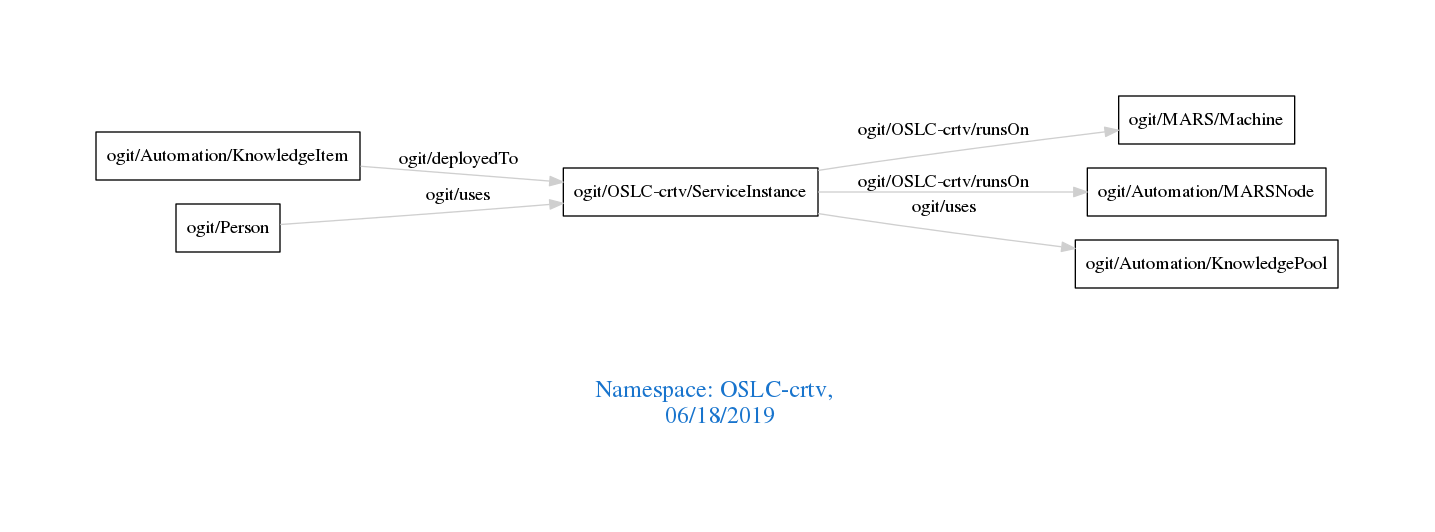
The Graphviz diagram downloads/OSLC-crtv.png in arago/OGIT, before a commit. Its source is kept beside it as downloads/OSLC-crtv.dot.
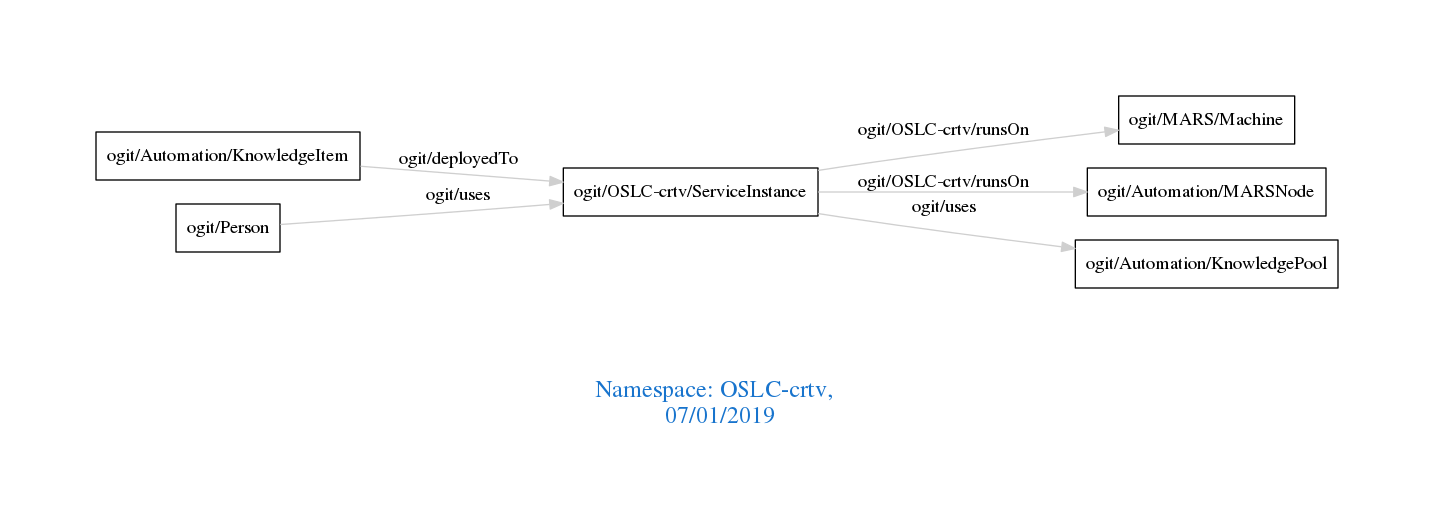
Later version of the same file.

Change to the diagram source:
```diff
@@ -1,7 +1,7 @@
 digraph OGIT_ontology {
  graph [ rankdir= LR,pad=1
 fontsize = 18,
-fontcolor= dodgerblue3,label = "\n\n\nNamespace: OSLC-crtv, \n 06/18/2019"];
+fontcolor= dodgerblue3,label = "\n\n\nNamespace: OSLC-crtv, \n 07/01/2019"];
 node[shape=polygon];
 edge [  color="gray81"];
 
```
